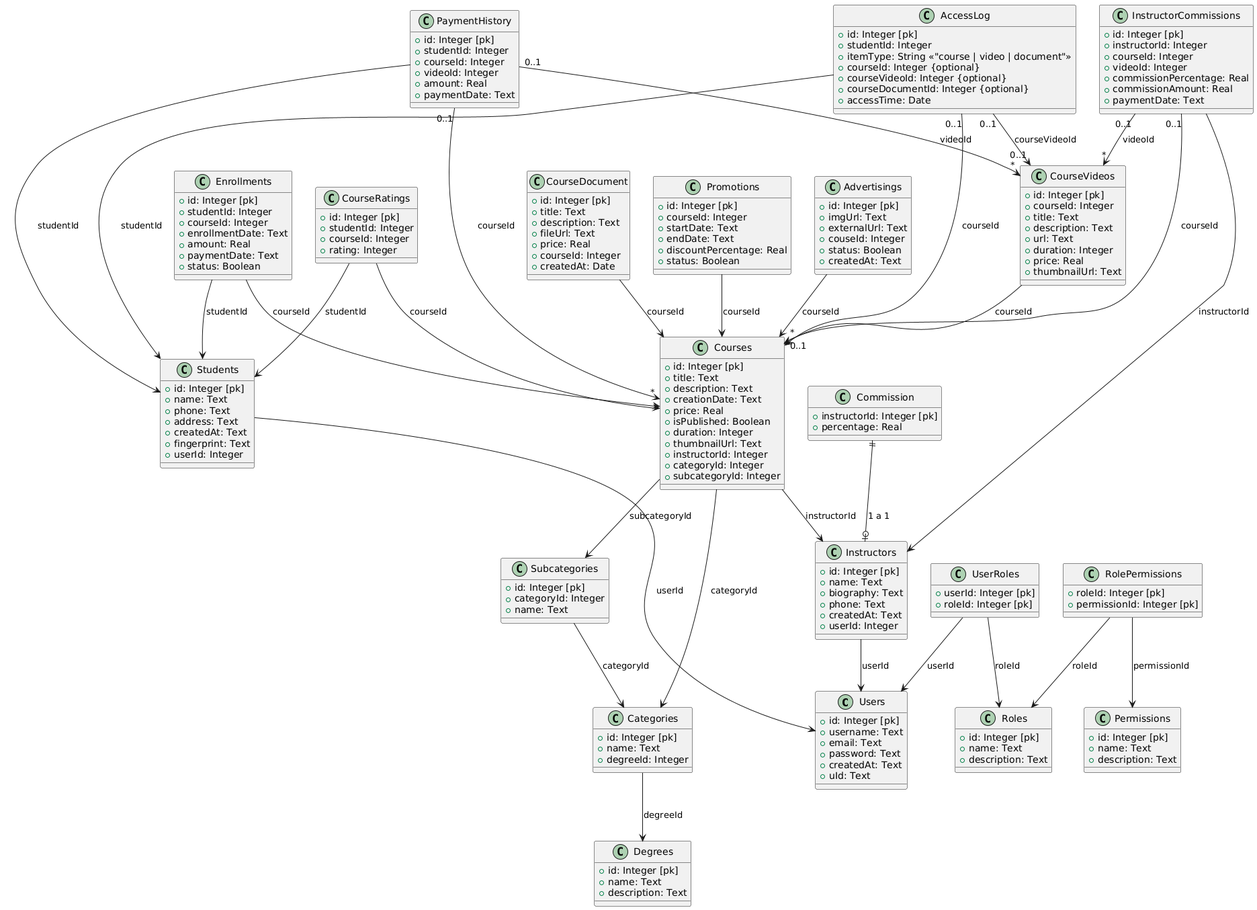
Above: db_classes/inprosur_clases.png in inprosur/inprosur_api (PlantUML), before the change. Its diagram source:
```plantuml
@startuml
class Users {
  + id: Integer [pk]
  + username: Text
  + email: Text
  + password: Text
  + createdAt: Text
  + uId: Text
}

class Roles {
  + id: Integer [pk]
  + name: Text
  + description: Text
}

class Permissions {
  + id: Integer [pk]
  + name: Text
  + description: Text
}

class UserRoles {
  + userId: Integer [pk]
  + roleId: Integer [pk]
}

UserRoles --> Users : userId
UserRoles --> Roles : roleId

class RolePermissions {
  + roleId: Integer [pk]
  + permissionId: Integer [pk]
}

RolePermissions --> Roles : roleId
RolePermissions --> Permissions : permissionId

class Instructors {
  + id: Integer [pk]
  + name: Text
  + biography: Text
  + phone: Text
  + createdAt: Text
  + userId: Integer
}

Instructors --> Users : userId

class Students {
  + id: Integer [pk]
  + name: Text
  + phone: Text
  + address: Text
  + createdAt: Text
  + fingerprint: Text
  + userId: Integer
}

Students --> Users : userId

class Degrees {
  + id: Integer [pk]
  + name: Text
  + description: Text
}

class Categories {
  + id: Integer [pk]
  + name: Text
  + degreeId: Integer
}

Categories --> Degrees : degreeId

class Subcategories {
  + id: Integer [pk]
  + categoryId: Integer
  + name: Text
}

Subcategories --> Categories : categoryId

class Courses {
  + id: Integer [pk]
  + title: Text
  + description: Text
  + creationDate: Text
  + price: Real
  + isPublished: Boolean
  + duration: Integer
  + thumbnailUrl: Text
  + instructorId: Integer
  + categoryId: Integer
  + subcategoryId: Integer
}

Courses --> Instructors : instructorId
Courses --> Categories : categoryId
Courses --> Subcategories : subcategoryId

class CourseVideos {
  + id: Integer [pk]
  + courseId: Integer
  + title: Text
  + description: Text
  + url: Text
  + duration: Integer
  + price: Real
  + thumbnailUrl: Text
}

CourseVideos --> Courses : courseId

class Enrollments {
  + id: Integer [pk]
  + studentId: Integer
  + courseId: Integer
  + enrollmentDate: Text
  + amount: Real
  + paymentDate: Text
  + status: Boolean
}

Enrollments --> Students : studentId
Enrollments --> Courses : courseId

class Promotions {
  + id: Integer [pk]
  + courseId: Integer
  + startDate: Text
  + endDate: Text
  + discountPercentage: Real
  + status: Boolean
}

Promotions --> Courses : courseId


class Advertisings {
  + id: Integer [pk]
  + imgUrl: Text
  + externalUrl: Text
  + couseId: Integer
  + status: Boolean
  + createdAt: Text
}

Advertisings --> Courses : courseId

class CourseRatings {
  + id: Integer [pk]
  + studentId: Integer
  + courseId: Integer
  + rating: Integer
}

CourseRatings --> Students : studentId
CourseRatings --> Courses : courseId

class PaymentHistory {
  + id: Integer [pk]
  + studentId: Integer
  + courseId: Integer
  + videoId: Integer
  + amount: Real
  + paymentDate: Text
}

PaymentHistory --> Students : studentId
PaymentHistory "0..1" --> "*" Courses : courseId
PaymentHistory "0..1" --> "*" CourseVideos : videoId

class InstructorCommissions {
  + id: Integer [pk]
  + instructorId: Integer
  + courseId: Integer
  + videoId: Integer
  + commissionPercentage: Real
  + commissionAmount: Real
  + paymentDate: Text
}

InstructorCommissions --> Instructors : instructorId
InstructorCommissions "0..1" --> "*" Courses : courseId
InstructorCommissions "0..1" --> "*" CourseVideos : videoId

class CourseDocument {
  + id: Integer [pk]
  + title: Text
  + description: Text
  + fileUrl: Text
  + price: Real
  + courseId: Integer
  + createdAt: Date
}

CourseDocument --> Courses : courseId

class AccessLog {
  + id: Integer [pk]
  + studentId: Integer
  + itemType: String <<"course | video | document">>
  + courseId: Integer {optional}
  + courseVideoId: Integer {optional}
  + courseDocumentId: Integer {optional}
  + accessTime: Date
}

AccessLog --> Students : studentId
AccessLog "0..1" --> "0..1" Courses : courseId
AccessLog "0..1" --> "0..1" CourseVideos : courseVideoId

class Commission {
  + instructorId: Integer [pk]
  + percentage: Real
}

Commission ||--o| Instructors : "1 a 1"
@enduml
```
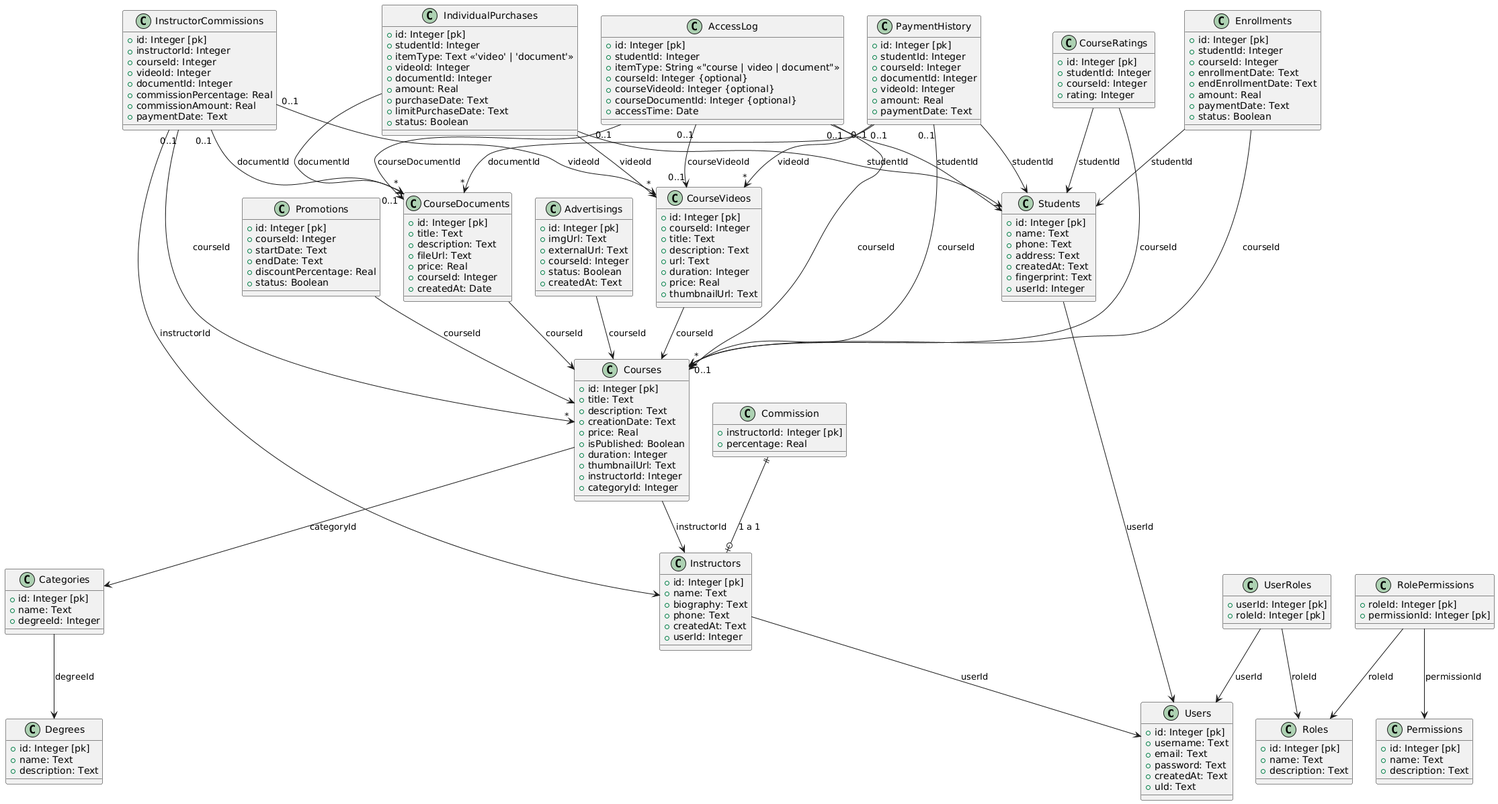
Later version of the same file.

Commit message:
feat: update UML diagram to remove Subcategories and add IndividualPurchases class with relationships

What changed in the source:
```diff
@@ -73,14 +73,6 @@
 
 Categories --> Degrees : degreeId
 
-class Subcategories {
-  + id: Integer [pk]
-  + categoryId: Integer
-  + name: Text
-}
-
-Subcategories --> Categories : categoryId
-
 class Courses {
   + id: Integer [pk]
   + title: Text
@@ -92,12 +84,10 @@
   + thumbnailUrl: Text
   + instructorId: Integer
   + categoryId: Integer
-  + subcategoryId: Integer
 }
 
 Courses --> Instructors : instructorId
 Courses --> Categories : categoryId
-Courses --> Subcategories : subcategoryId
 
 class CourseVideos {
   + id: Integer [pk]
@@ -117,6 +107,7 @@
   + studentId: Integer
   + courseId: Integer
   + enrollmentDate: Text
+  + endEnrollmentDate: Text
   + amount: Real
   + paymentDate: Text
   + status: Boolean
@@ -141,7 +132,7 @@
   + id: Integer [pk]
   + imgUrl: Text
   + externalUrl: Text
-  + couseId: Integer
+  + courseId: Integer
   + status: Boolean
   + createdAt: Text
 }
@@ -162,6 +153,7 @@
   + id: Integer [pk]
   + studentId: Integer
   + courseId: Integer
+  + documentId: Integer
   + videoId: Integer
   + amount: Real
   + paymentDate: Text
@@ -170,12 +162,14 @@
 PaymentHistory --> Students : studentId
 PaymentHistory "0..1" --> "*" Courses : courseId
 PaymentHistory "0..1" --> "*" CourseVideos : videoId
+PaymentHistory "0..1" --> "*" CourseDocuments : documentId
 
 class InstructorCommissions {
   + id: Integer [pk]
   + instructorId: Integer
   + courseId: Integer
   + videoId: Integer
+  + documentId: Integer
   + commissionPercentage: Real
   + commissionAmount: Real
   + paymentDate: Text
@@ -184,8 +178,9 @@
 InstructorCommissions --> Instructors : instructorId
 InstructorCommissions "0..1" --> "*" Courses : courseId
 InstructorCommissions "0..1" --> "*" CourseVideos : videoId
+InstructorCommissions "0..1" --> "*" CourseDocuments : documentId
 
-class CourseDocument {
+class CourseDocuments {
   + id: Integer [pk]
   + title: Text
   + description: Text
@@ -195,7 +190,7 @@
   + createdAt: Date
 }
 
-CourseDocument --> Courses : courseId
+CourseDocuments --> Courses : courseId
 
 class AccessLog {
   + id: Integer [pk]
@@ -210,6 +205,7 @@
 AccessLog --> Students : studentId
 AccessLog "0..1" --> "0..1" Courses : courseId
 AccessLog "0..1" --> "0..1" CourseVideos : courseVideoId
+AccessLog "0..1" --> "0..1" CourseDocuments : courseDocumentId
 
 class Commission {
   + instructorId: Integer [pk]
@@ -217,4 +213,20 @@
 }
 
 Commission ||--o| Instructors : "1 a 1"
+
+class IndividualPurchases {
+  + id: Integer [pk]
+  + studentId: Integer
+  + itemType: Text <<'video' | 'document'>>
+  + videoId: Integer
+  + documentId: Integer
+  + amount: Real
+  + purchaseDate: Text
+  + limitPurchaseDate: Text
+  + status: Boolean
+}
+
+IndividualPurchases --> Students : studentId
+IndividualPurchases --> CourseVideos : videoId
+IndividualPurchases --> CourseDocuments : documentId
 @enduml
```
